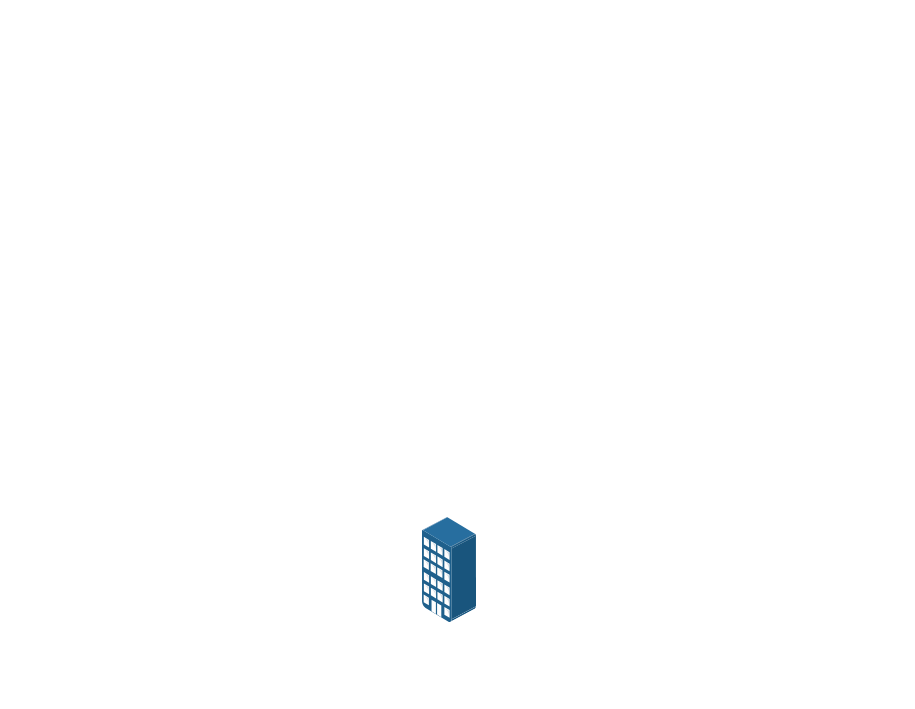
Earlier version of the draw.io diagram Untitled Diagram.drawio (mkrishnan-codes/wierd-data). Source tidied: cells renumbered, new cells numbered last; positions are measured from the earlier drawing's top-left corner, leaving out a move shared by most shapes. Both pictures are drawn from the tidied source at 100%, with x=0, y=0 at pixel (422, 517).
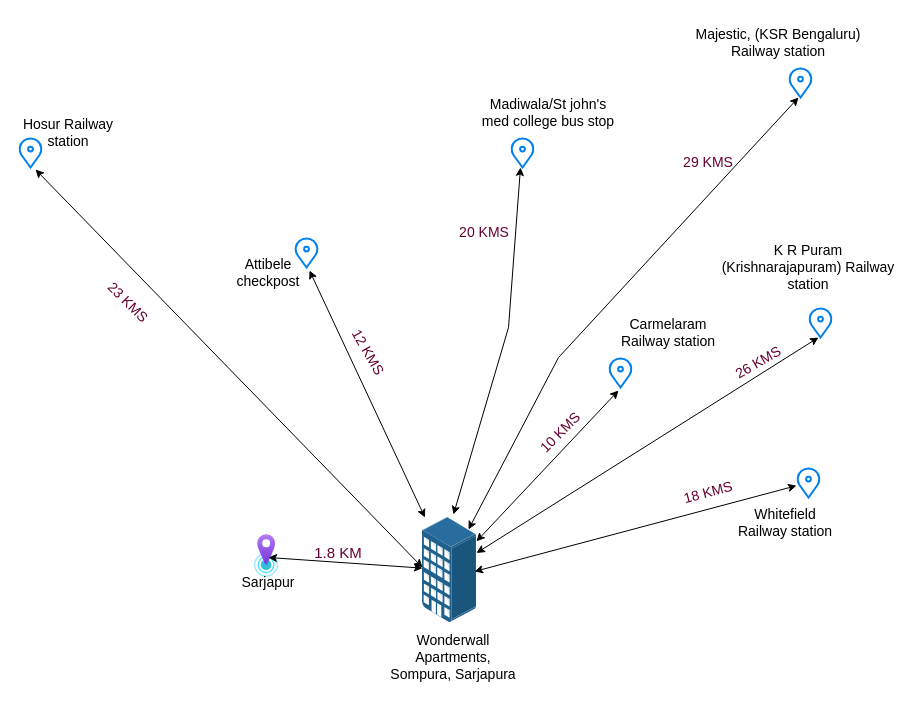
The same page after the edit.

Unchanged cells that the change refers to:
```xml
<mxCell id="2" style="image;points=[];html=1;align=center;shadow=0;dashed=0;image=img/lib/allied_telesis/buildings/Apartments.svg;" parent="1" vertex="1">
  <mxGeometry width="54" height="105" as="geometry" />
</mxCell>
```

Change to the diagram source:
```diff
@@
+    <mxCell id="3" style="html=1;verticalLabelPosition=bottom;align=center;labelBackgroundColor=#ffffff;verticalAlign=top;strokeWidth=2;strokeColor=#0080F0;shadow=0;dashed=0;shape=mxgraph.ios7.icons.location;" parent="1" vertex="1">
+      <mxGeometry x="374" y="-50" width="24" height="30" as="geometry" />
+    </mxCell>
+    <mxCell id="4" style="html=1;verticalLabelPosition=bottom;align=center;labelBackgroundColor=#ffffff;verticalAlign=top;strokeWidth=2;strokeColor=#0080F0;shadow=0;dashed=0;shape=mxgraph.ios7.icons.location;" parent="1" vertex="1">
+      <mxGeometry x="386" y="-210" width="24" height="30" as="geometry" />
+    </mxCell>
+    <mxCell id="5" style="html=1;verticalLabelPosition=bottom;align=center;labelBackgroundColor=#ffffff;verticalAlign=top;strokeWidth=2;strokeColor=#0080F0;shadow=0;dashed=0;shape=mxgraph.ios7.icons.location;" parent="1" vertex="1">
+      <mxGeometry x="366" y="-450" width="24" height="30" as="geometry" />
+    </mxCell>
+    <mxCell id="6" style="html=1;verticalLabelPosition=bottom;align=center;labelBackgroundColor=#ffffff;verticalAlign=top;strokeWidth=2;strokeColor=#0080F0;shadow=0;dashed=0;shape=mxgraph.ios7.icons.location;" parent="1" vertex="1">
+      <mxGeometry x="186" y="-160" width="24" height="30" as="geometry" />
+    </mxCell>
+    <mxCell id="7" style="html=1;verticalLabelPosition=bottom;align=center;labelBackgroundColor=#ffffff;verticalAlign=top;strokeWidth=2;strokeColor=#0080F0;shadow=0;dashed=0;shape=mxgraph.ios7.icons.location;" parent="1" vertex="1">
+      <mxGeometry x="88" y="-380" width="24" height="30" as="geometry" />
+    </mxCell>
+    <mxCell id="8" style="html=1;verticalLabelPosition=bottom;align=center;labelBackgroundColor=#ffffff;verticalAlign=top;strokeWidth=2;strokeColor=#0080F0;shadow=0;dashed=0;shape=mxgraph.ios7.icons.location;" parent="1" vertex="1">
+      <mxGeometry x="-128" y="-280" width="24" height="30" as="geometry" />
+    </mxCell>
+    <mxCell id="9" style="html=1;verticalLabelPosition=bottom;align=center;labelBackgroundColor=#ffffff;verticalAlign=top;strokeWidth=2;strokeColor=#0080F0;shadow=0;dashed=0;shape=mxgraph.ios7.icons.location;" parent="1" vertex="1">
+      <mxGeometry x="-404" y="-380" width="24" height="30" as="geometry" />
+    </mxCell>
+    <mxCell id="10" value="&lt;font style=&quot;font-size: 14px;&quot;&gt;Hosur Railway station&lt;/font&gt;" style="text;html=1;strokeColor=none;fillColor=none;align=center;verticalAlign=middle;whiteSpace=wrap;rounded=0;" parent="1" vertex="1">
+      <mxGeometry x="-404" y="-410" width="100" height="50" as="geometry" />
+    </mxCell>
+    <mxCell id="11" value="&lt;font style=&quot;font-size: 14px;&quot;&gt;Attibele checkpost&lt;/font&gt;" style="text;html=1;strokeColor=none;fillColor=none;align=center;verticalAlign=middle;whiteSpace=wrap;rounded=0;" parent="1" vertex="1">
+      <mxGeometry x="-204" y="-270" width="100" height="50" as="geometry" />
+    </mxCell>
+    <mxCell id="12" value="&lt;span style=&quot;font-size: 14px;&quot;&gt;Madiwala/St john's med college bus stop&lt;/span&gt;" style="text;html=1;strokeColor=none;fillColor=none;align=center;verticalAlign=middle;whiteSpace=wrap;rounded=0;" parent="1" vertex="1">
+      <mxGeometry x="56" y="-430" width="140" height="50" as="geometry" />
+    </mxCell>
+    <mxCell id="13" style="endArrow=classic;startArrow=classic;html=1;rounded=0;entryX=0.417;entryY=1;entryDx=0;entryDy=0;entryPerimeter=0;exitX=0.574;exitY=-0.029;exitDx=0;exitDy=0;exitPerimeter=0;" parent="1" edge="1" source="2" target="7">
+      <mxGeometry relative="1" as="geometry">
+        <Array as="points">
+          <mxPoint x="86" y="-190" />
+        </Array>
+      </mxGeometry>
+    </mxCell>
+    <mxCell id="14" style="endArrow=classic;startArrow=classic;html=1;rounded=0;entryX=0.417;entryY=1;entryDx=0;entryDy=0;entryPerimeter=0;" parent="1" edge="1" target="5">
+      <mxGeometry relative="1" as="geometry">
+        <mxPoint x="46" y="12" as="sourcePoint" />
+        <Array as="points">
+          <mxPoint x="136" y="-160" />
+        </Array>
+      </mxGeometry>
+    </mxCell>
+    <mxCell id="15" style="endArrow=classic;startArrow=classic;html=1;rounded=0;entryX=0.417;entryY=1.1;entryDx=0;entryDy=0;entryPerimeter=0;" parent="1" edge="1" source="2" target="6">
+      <mxGeometry relative="1" as="geometry" />
+    </mxCell>
+    <mxCell id="16" style="endArrow=classic;startArrow=classic;html=1;rounded=0;entryX=0.417;entryY=1;entryDx=0;entryDy=0;entryPerimeter=0;" parent="1" edge="1" source="2" target="4">
+      <mxGeometry relative="1" as="geometry" />
+    </mxCell>
+    <mxCell id="17" style="endArrow=classic;startArrow=classic;html=1;rounded=0;exitX=0.963;exitY=0.514;exitDx=0;exitDy=0;exitPerimeter=0;" parent="1" edge="1" source="2" target="3">
+      <mxGeometry relative="1" as="geometry" />
+    </mxCell>
+    <mxCell id="18" style="endArrow=classic;startArrow=classic;html=1;rounded=0;entryX=0.625;entryY=1.1;entryDx=0;entryDy=0;entryPerimeter=0;" parent="1" edge="1" source="2" target="8">
+      <mxGeometry relative="1" as="geometry" />
+    </mxCell>
+    <mxCell id="19" style="endArrow=classic;startArrow=classic;html=1;rounded=0;entryX=0.708;entryY=1.067;entryDx=0;entryDy=0;entryPerimeter=0;exitX=0;exitY=0.476;exitDx=0;exitDy=0;exitPerimeter=0;" parent="1" edge="1" source="2" target="9">
+      <mxGeometry relative="1" as="geometry" />
+    </mxCell>
+    <mxCell id="20" style="image;html=1;align=center;fontSize=12;image=img/lib/azure2/general/Location.svg;" parent="1" vertex="1">
+      <mxGeometry x="-168" y="17" width="24.2" height="43" as="geometry" />
+    </mxCell>
+    <mxCell id="21" value="&lt;font style=&quot;font-size: 14px;&quot;&gt;Sarjapur&lt;/font&gt;" style="text;html=1;strokeColor=none;fillColor=none;align=center;verticalAlign=middle;whiteSpace=wrap;rounded=0;" parent="1" vertex="1">
+      <mxGeometry x="-204" y="40" width="100" height="50" as="geometry" />
+    </mxCell>
+    <mxCell id="22" style="endArrow=classic;startArrow=classic;html=1;rounded=0;entryX=0.5;entryY=0;entryDx=0;entryDy=0;" parent="1" edge="1" source="2" target="21">
+      <mxGeometry relative="1" as="geometry" />
+    </mxCell>
+    <mxCell id="23" value="&lt;font style=&quot;font-size: 14px;&quot;&gt;Wonderwall Apartments, Sompura, Sarjapura&lt;/font&gt;" style="text;html=1;strokeColor=none;fillColor=none;align=center;verticalAlign=middle;whiteSpace=wrap;rounded=0;" parent="1" vertex="1">
+      <mxGeometry x="-34" y="105" width="130" height="70" as="geometry" />
+    </mxCell>
+    <mxCell id="24" value="&lt;font color=&quot;#660033&quot; style=&quot;font-size: 14px;&quot;&gt;23 KMS&lt;/font&gt;" style="text;html=1;strokeColor=none;fillColor=none;align=center;verticalAlign=middle;whiteSpace=wrap;rounded=0;rotation=45;" parent="1" vertex="1">
+      <mxGeometry x="-344" y="-240" width="100" height="50" as="geometry" />
+    </mxCell>
+    <mxCell id="25" value="&lt;font color=&quot;#660033&quot; style=&quot;font-size: 14px;&quot;&gt;12 KMS&lt;/font&gt;" style="text;html=1;strokeColor=none;fillColor=none;align=center;verticalAlign=middle;whiteSpace=wrap;rounded=0;rotation=60;" parent="1" vertex="1">
+      <mxGeometry x="-104" y="-190" width="100" height="50" as="geometry" />
+    </mxCell>
+    <mxCell id="26" value="&lt;font color=&quot;#660033&quot; style=&quot;font-size: 14px;&quot;&gt;20 KMS&lt;/font&gt;" style="text;html=1;strokeColor=none;fillColor=none;align=center;verticalAlign=middle;whiteSpace=wrap;rounded=0;rotation=0;" parent="1" vertex="1">
+      <mxGeometry x="12" y="-310" width="100" height="50" as="geometry" />
+    </mxCell>
+    <mxCell id="27" value="&lt;font color=&quot;#660033&quot; style=&quot;font-size: 14px;&quot;&gt;29 KMS&lt;/font&gt;" style="text;html=1;strokeColor=none;fillColor=none;align=center;verticalAlign=middle;whiteSpace=wrap;rounded=0;rotation=0;" parent="1" vertex="1">
+      <mxGeometry x="236" y="-380" width="100" height="50" as="geometry" />
+    </mxCell>
+    <mxCell id="28" value="&lt;span style=&quot;font-size: 14px;&quot;&gt;Majestic, (KSR Bengaluru) Railway station&lt;/span&gt;" style="text;html=1;strokeColor=none;fillColor=none;align=center;verticalAlign=middle;whiteSpace=wrap;rounded=0;" parent="1" vertex="1">
+      <mxGeometry x="266" y="-500" width="180" height="50" as="geometry" />
+    </mxCell>
+    <mxCell id="29" value="&lt;span style=&quot;font-size: 14px;&quot;&gt;K R Puram (Krishnarajapuram) Railway station&lt;/span&gt;" style="text;html=1;strokeColor=none;fillColor=none;align=center;verticalAlign=middle;whiteSpace=wrap;rounded=0;" parent="1" vertex="1">
+      <mxGeometry x="296" y="-280" width="180" height="60" as="geometry" />
+    </mxCell>
+    <mxCell id="30" value="&lt;font style=&quot;font-size: 14px;&quot;&gt;Whitefield Railway station&lt;/font&gt;" style="text;html=1;strokeColor=none;fillColor=none;align=center;verticalAlign=middle;whiteSpace=wrap;rounded=0;" parent="1" vertex="1">
+      <mxGeometry x="313" y="-20" width="100" height="50" as="geometry" />
+    </mxCell>
+    <mxCell id="31" value="&lt;font style=&quot;font-size: 14px;&quot;&gt;Carmelaram Railway station&lt;/font&gt;" style="text;html=1;strokeColor=none;fillColor=none;align=center;verticalAlign=middle;whiteSpace=wrap;rounded=0;" parent="1" vertex="1">
+      <mxGeometry x="196" y="-210" width="100" height="50" as="geometry" />
+    </mxCell>
+    <mxCell id="32" value="&lt;font color=&quot;#660033&quot; style=&quot;font-size: 14px;&quot;&gt;26 KMS&lt;/font&gt;" style="text;html=1;strokeColor=none;fillColor=none;align=center;verticalAlign=middle;whiteSpace=wrap;rounded=0;rotation=-30;" parent="1" vertex="1">
+      <mxGeometry x="286" y="-180" width="100" height="50" as="geometry" />
+    </mxCell>
+    <mxCell id="33" value="&lt;font color=&quot;#660033&quot; style=&quot;font-size: 14px;&quot;&gt;18 KMS&lt;/font&gt;" style="text;html=1;strokeColor=none;fillColor=none;align=center;verticalAlign=middle;whiteSpace=wrap;rounded=0;rotation=-15;" parent="1" vertex="1">
+      <mxGeometry x="236" y="-50" width="100" height="50" as="geometry" />
+    </mxCell>
+    <mxCell id="34" value="&lt;font color=&quot;#660033&quot; style=&quot;font-size: 14px;&quot;&gt;10 KMS&lt;/font&gt;" style="text;html=1;strokeColor=none;fillColor=none;align=center;verticalAlign=middle;whiteSpace=wrap;rounded=0;rotation=-45;" parent="1" vertex="1">
+      <mxGeometry x="88" y="-110" width="100" height="50" as="geometry" />
+    </mxCell>
+    <mxCell id="35" value="&lt;font color=&quot;#660033&quot; style=&quot;font-size: 15px;&quot;&gt;1.8 KM&lt;/font&gt;" style="text;html=1;strokeColor=none;fillColor=none;align=center;verticalAlign=middle;whiteSpace=wrap;rounded=0;rotation=0;" parent="1" vertex="1">
+      <mxGeometry x="-134" y="10" width="100" height="50" as="geometry" />
+    </mxCell>
```
